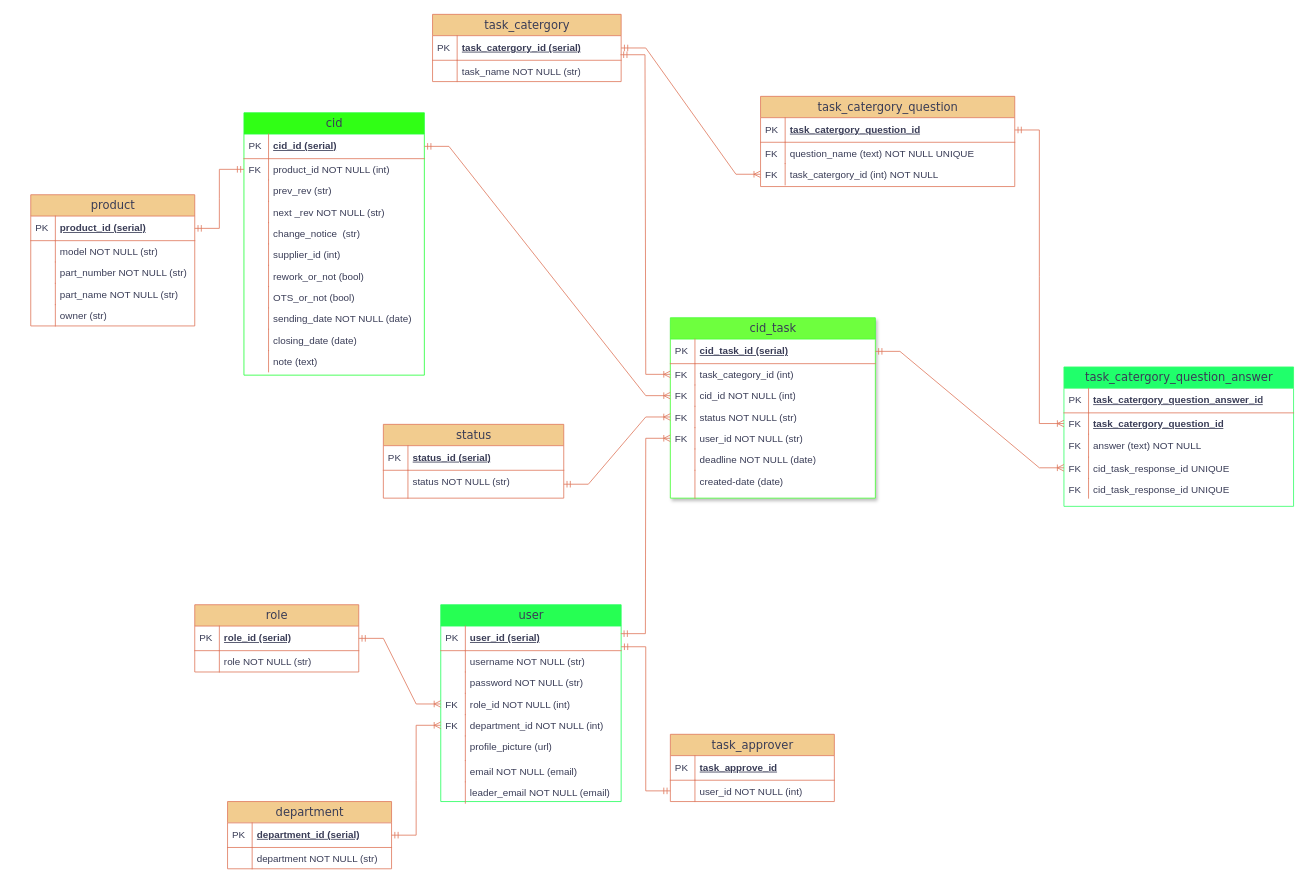
Before: Untitled Diagram.drawio in HieuBuiCong/ResumeHieuBC, a draw.io diagram. Source tidied: cells renumbered, new cells numbered last; positions are measured from the earlier drawing's top-left corner, leaving out a move shared by most shapes. Both pictures are drawn from the tidied source at 82%, with x=0, y=0 at pixel (30, -109).
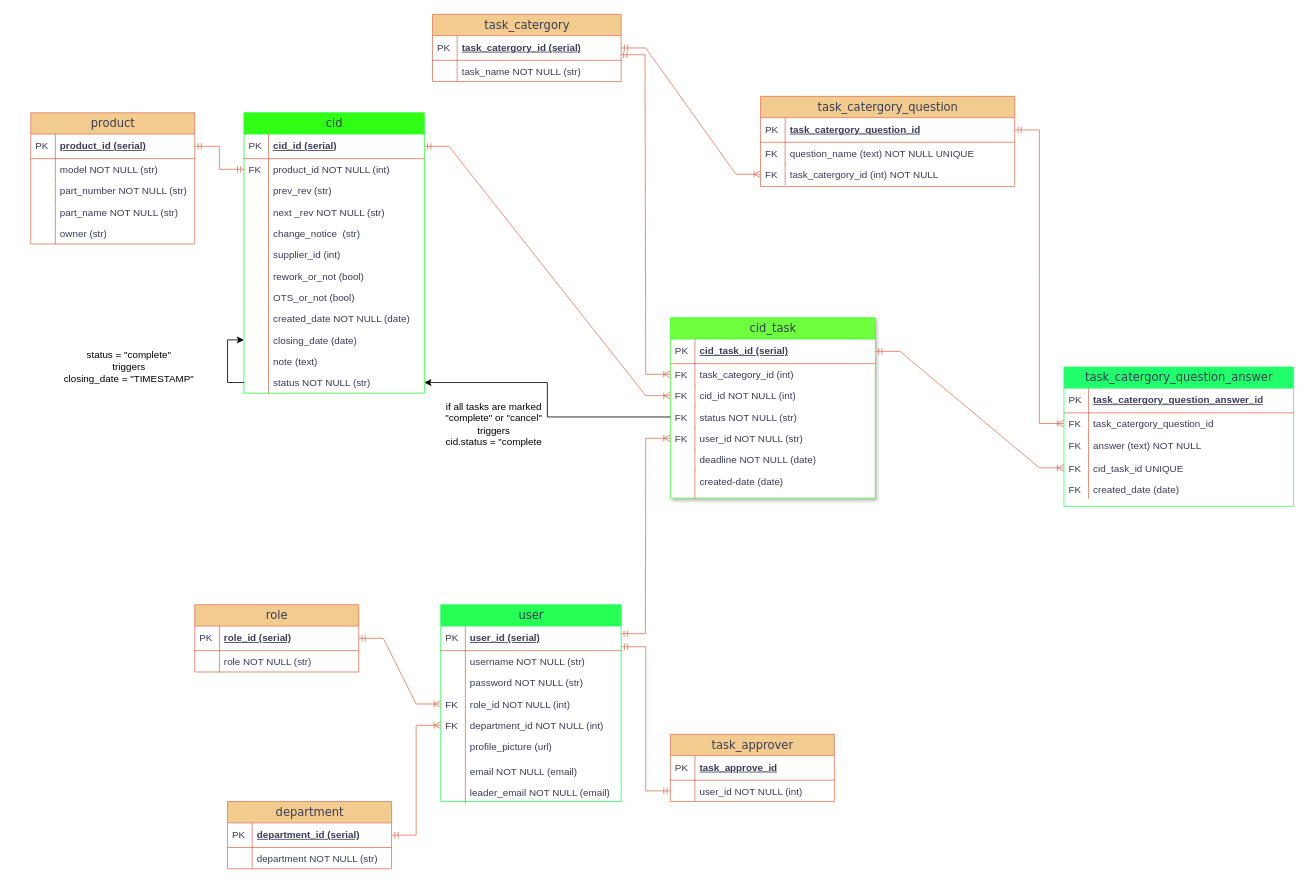
The same page after the edit.

The change refers to these unchanged cells:
```xml
<mxCell id="36" value="closing_date (date)" style="shape=partialRectangle;top=0;left=0;right=0;bottom=0;html=1;align=left;verticalAlign=top;fillColor=none;spacingLeft=34;spacingRight=4;whiteSpace=wrap;overflow=hidden;points=[[0,0.5],[1,0.5]];portConstraint=eastwest;labelBackgroundColor=none;strokeColor=#E07A5F;fontColor=#393C56;" parent="17" vertex="1">
  <mxGeometry y="264" width="220" height="26" as="geometry" />
</mxCell>
<mxCell id="73" value="status NOT NULL (str)" style="shape=partialRectangle;top=0;left=0;right=0;bottom=0;html=1;align=left;verticalAlign=top;fillColor=none;spacingLeft=34;spacingRight=4;whiteSpace=wrap;overflow=hidden;points=[[0,0.5],[1,0.5]];portConstraint=eastwest;labelBackgroundColor=none;strokeColor=#E07A5F;fontColor=#393C56;" parent="66" vertex="1">
  <mxGeometry y="108" width="250" height="26" as="geometry" />
</mxCell>
<mxCell id="107" value="task_catergory_question_answer" style="swimlane;html=1;fontStyle=0;horizontal=1;startSize=26;fillColor=#20FF6B;swimlaneFillColor=#ffffff;align=center;rounded=0;shadow=0;comic=0;labelBackgroundColor=none;strokeWidth=1;fontFamily=Verdana;fontSize=14;strokeColor=#36FF6A;fontColor=#393C56;" parent="1" vertex="1">
  <mxGeometry x="1260" y="580" width="280" height="170" as="geometry" />
</mxCell>
```

What changed in the source:
```diff
@@
     <mxCell id="17" value="cid" style="swimlane;html=1;fontStyle=0;horizontal=1;startSize=26;fillColor=#30FF15;swimlaneFillColor=#ffffff;align=center;rounded=0;shadow=0;comic=0;labelBackgroundColor=none;strokeWidth=1;fontFamily=Verdana;fontSize=14;strokeColor=#26FF3B;fontColor=#393C56;" parent="1" vertex="1">
-      <mxGeometry x="260" y="270" width="220" height="320" as="geometry" />
+      <mxGeometry x="260" y="270" width="220" height="342" as="geometry" />
     </mxCell>
@@
-    <mxCell id="34" value="sending_date NOT NULL (date)" style="shape=partialRectangle;top=0;left=0;right=0;bottom=0;html=1;align=left;verticalAlign=top;fillColor=none;spacingLeft=34;spacingRight=4;whiteSpace=wrap;overflow=hidden;labelBackgroundColor=none;strokeColor=#E07A5F;fontColor=#393C56;" parent="17" vertex="1">
+    <mxCell id="34" value="created_date NOT NULL (date)" style="shape=partialRectangle;top=0;left=0;right=0;bottom=0;html=1;align=left;verticalAlign=top;fillColor=none;spacingLeft=34;spacingRight=4;whiteSpace=wrap;overflow=hidden;labelBackgroundColor=none;strokeColor=#E07A5F;fontColor=#393C56;" parent="17" vertex="1">
       <mxGeometry y="238" width="220" height="26" as="geometry" />
     </mxCell>
@@
+    <mxCell id="122" style="edgeStyle=orthogonalEdgeStyle;rounded=0;jettySize=auto;html=1;exitX=0;exitY=0.5;exitDx=0;exitDy=0;entryX=0;entryY=0.5;entryDx=0;entryDy=0;" parent="17" edge="1" source="96" target="36">
+      <mxGeometry relative="1" as="geometry" />
+    </mxCell>
+    <mxCell id="96" value="status NOT NULL (str)" style="shape=partialRectangle;top=0;left=0;right=0;bottom=0;html=1;align=left;verticalAlign=top;fillColor=none;spacingLeft=34;spacingRight=4;whiteSpace=wrap;overflow=hidden;points=[[0,0.5],[1,0.5]];portConstraint=eastwest;labelBackgroundColor=none;strokeColor=#E07A5F;fontColor=#393C56;" parent="17" vertex="1">
+      <mxGeometry y="316" width="220" height="26" as="geometry" />
+    </mxCell>
+    <mxCell id="123" style="shape=partialRectangle;top=0;left=0;bottom=0;html=1;fillColor=none;align=left;verticalAlign=top;spacingLeft=4;spacingRight=4;whiteSpace=wrap;overflow=hidden;labelBackgroundColor=none;strokeColor=#E07A5F;fontColor=#393C56;" parent="96" vertex="1">
+      <mxGeometry width="30" height="26" as="geometry" />
+    </mxCell>
@@
     <mxCell id="50" value="product" style="swimlane;html=1;fontStyle=0;horizontal=1;startSize=26;fillColor=#F2CC8F;swimlaneFillColor=#ffffff;align=center;rounded=0;shadow=0;comic=0;labelBackgroundColor=none;strokeWidth=1;fontFamily=Verdana;fontSize=14;strokeColor=#E07A5F;fontColor=#393C56;" parent="1" vertex="1">
-      <mxGeometry y="370" width="200" height="160" as="geometry" />
+      <mxGeometry y="270" width="200" height="160" as="geometry" />
     </mxCell>
@@
-    <mxCell id="93" value="status" style="swimlane;html=1;fontStyle=0;horizontal=1;startSize=26;fillColor=#F2CC8F;swimlaneFillColor=#ffffff;align=center;rounded=0;shadow=0;comic=0;labelBackgroundColor=none;strokeWidth=1;fontFamily=Verdana;fontSize=14;strokeColor=#E07A5F;fontColor=#393C56;" parent="1" vertex="1">
-      <mxGeometry x="430" y="650" width="220" height="90" as="geometry" />
-    </mxCell>
-    <mxCell id="94" value="status_id (serial)" style="shape=partialRectangle;top=0;left=0;right=0;bottom=1;html=1;align=left;verticalAlign=middle;fillColor=none;spacingLeft=34;spacingRight=4;whiteSpace=wrap;overflow=hidden;fontStyle=5;strokeColor=#E07A5F;labelBackgroundColor=none;fontColor=#393C56;" parent="93" vertex="1">
-      <mxGeometry y="26" width="220" height="30" as="geometry" />
-    </mxCell>
-    <mxCell id="95" value="PK" style="shape=partialRectangle;top=0;left=0;bottom=0;html=1;fillColor=none;align=left;verticalAlign=middle;spacingLeft=4;spacingRight=4;whiteSpace=wrap;overflow=hidden;labelBackgroundColor=none;strokeColor=#E07A5F;fontColor=#393C56;" parent="94" vertex="1">
-      <mxGeometry width="30" height="30" as="geometry" />
-    </mxCell>
-    <mxCell id="96" value="status NOT NULL (str)" style="shape=partialRectangle;top=0;left=0;right=0;bottom=0;html=1;align=left;verticalAlign=top;fillColor=none;spacingLeft=34;spacingRight=4;whiteSpace=wrap;overflow=hidden;points=[[0,0.5],[1,0.5]];portConstraint=eastwest;labelBackgroundColor=none;strokeColor=#E07A5F;fontColor=#393C56;" parent="93" vertex="1">
-      <mxGeometry y="56" width="220" height="34" as="geometry" />
-    </mxCell>
-    <mxCell id="97" style="shape=partialRectangle;top=0;left=0;bottom=0;html=1;fillColor=none;align=left;verticalAlign=top;spacingLeft=4;spacingRight=4;whiteSpace=wrap;overflow=hidden;labelBackgroundColor=none;strokeColor=#E07A5F;fontColor=#393C56;" parent="96" vertex="1">
-      <mxGeometry width="30" height="34" as="geometry" />
-    </mxCell>
-    <mxCell id="98" style="edgeStyle=entityRelationEdgeStyle;fontSize=12;html=1;endArrow=ERoneToMany;startArrow=ERmandOne;rounded=0;strokeColor=#E07A5F;fontColor=#393C56;fillColor=#F2CC8F;exitX=1;exitY=0.5;exitDx=0;exitDy=0;entryX=0;entryY=0.5;entryDx=0;entryDy=0;" parent="1" edge="1" source="96" target="73">
-      <mxGeometry relative="1" as="geometry">
-        <Array as="points">
-          <mxPoint x="520" y="399" />
-        </Array>
-      </mxGeometry>
-    </mxCell>
@@
-    <mxCell id="110" value="&lt;span style=&quot;font-weight: 700; text-decoration-line: underline;&quot;&gt;task_catergory_question_id&lt;/span&gt;" style="shape=partialRectangle;top=0;left=0;right=0;bottom=0;html=1;align=left;verticalAlign=top;fillColor=none;spacingLeft=34;spacingRight=4;whiteSpace=wrap;overflow=hidden;points=[[0,0.5],[1,0.5]];portConstraint=eastwest;labelBackgroundColor=none;strokeColor=#E07A5F;fontColor=#393C56;" parent="107" vertex="1">
+    <mxCell id="110" value="task_catergory_question_id" style="shape=partialRectangle;top=0;left=0;right=0;bottom=0;html=1;align=left;verticalAlign=top;fillColor=none;spacingLeft=34;spacingRight=4;whiteSpace=wrap;overflow=hidden;points=[[0,0.5],[1,0.5]];portConstraint=eastwest;labelBackgroundColor=none;strokeColor=#E07A5F;fontColor=#393C56;" parent="107" vertex="1">
       <mxGeometry y="56" width="280" height="26" as="geometry" />
     </mxCell>
@@
-    <mxCell id="114" value="cid_task_response_id UNIQUE" style="shape=partialRectangle;top=0;left=0;right=0;bottom=0;html=1;align=left;verticalAlign=top;fillColor=none;spacingLeft=34;spacingRight=4;whiteSpace=wrap;overflow=hidden;points=[[0,0.5],[1,0.5]];portConstraint=eastwest;labelBackgroundColor=none;strokeColor=#E07A5F;fontColor=#393C56;" parent="107" vertex="1">
+    <mxCell id="114" value="cid_task_id UNIQUE" style="shape=partialRectangle;top=0;left=0;right=0;bottom=0;html=1;align=left;verticalAlign=top;fillColor=none;spacingLeft=34;spacingRight=4;whiteSpace=wrap;overflow=hidden;points=[[0,0.5],[1,0.5]];portConstraint=eastwest;labelBackgroundColor=none;strokeColor=#E07A5F;fontColor=#393C56;" parent="107" vertex="1">
       <mxGeometry y="110" width="280" height="26" as="geometry" />
     </mxCell>
@@
-    <mxCell id="116" value="cid_task_response_id UNIQUE" style="shape=partialRectangle;top=0;left=0;right=0;bottom=0;html=1;align=left;verticalAlign=top;fillColor=none;spacingLeft=34;spacingRight=4;whiteSpace=wrap;overflow=hidden;labelBackgroundColor=none;strokeColor=#E07A5F;fontColor=#393C56;" parent="107" vertex="1">
+    <mxCell id="116" value="created_date (date)" style="shape=partialRectangle;top=0;left=0;right=0;bottom=0;html=1;align=left;verticalAlign=top;fillColor=none;spacingLeft=34;spacingRight=4;whiteSpace=wrap;overflow=hidden;labelBackgroundColor=none;strokeColor=#E07A5F;fontColor=#393C56;" parent="107" vertex="1">
       <mxGeometry y="136" width="280" height="24" as="geometry" />
     </mxCell>
@@
+    <mxCell id="124" style="edgeStyle=orthogonalEdgeStyle;rounded=0;jettySize=auto;html=1;entryX=1;entryY=0.5;entryDx=0;entryDy=0;" parent="1" edge="1" source="73" target="96">
+      <mxGeometry relative="1" as="geometry" />
+    </mxCell>
+    <mxCell id="125" value="if all tasks are marked &quot;complete&quot; or &quot;cancel&quot;&lt;br&gt;triggers&lt;br&gt;cid.status = &quot;complete" style="text;html=1;align=center;verticalAlign=middle;whiteSpace=wrap;rounded=0;" parent="1" vertex="1">
+      <mxGeometry x="500" y="612" width="130" height="75" as="geometry" />
+    </mxCell>
+    <mxCell id="126" value="status = &quot;complete&quot;&lt;br&gt;triggers&lt;br&gt;closing_date = &quot;TIMESTAMP&quot;" style="text;html=1;align=center;verticalAlign=middle;whiteSpace=wrap;rounded=0;" parent="1" vertex="1">
+      <mxGeometry x="-20" y="560" width="280" height="40" as="geometry" />
+    </mxCell>
```
